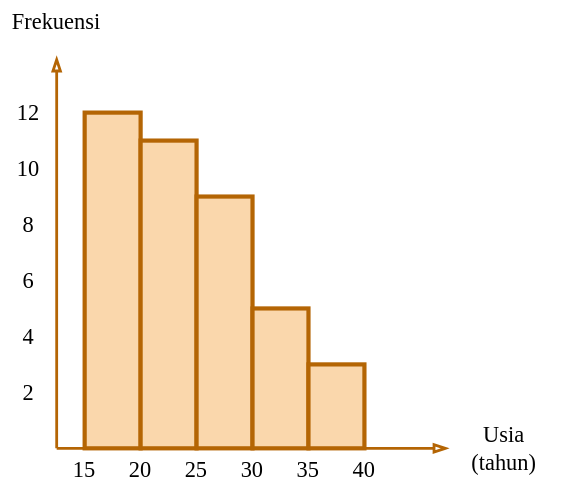
fauzan-radji/diagrams keeps this draw.io diagram as statistika.drawio.svg. Above is the earlier version. Source tidied: cells renumbered, new cells last; positions are measured from the earlier drawing's top-left corner, leaving out a move shared by most shapes.
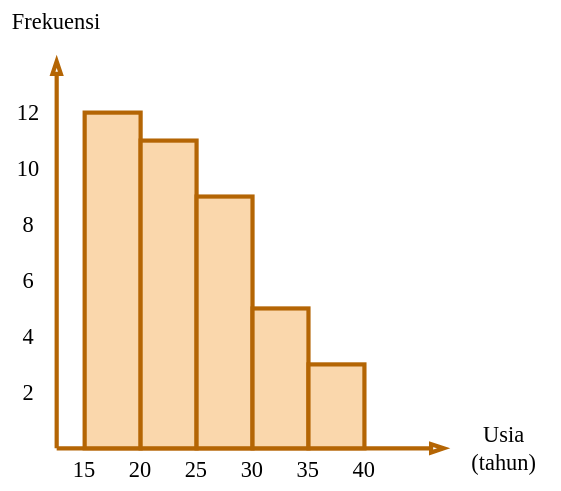
The same file after the commit.

Change to the diagram source:
```diff
@@ -2,13 +2,13 @@
   <root>
     <mxCell id="0" />
     <mxCell id="1" parent="0" />
-    <mxCell id="2" style="endArrow=blockThin;html=1;rounded=0;strokeColor=#b46504;fillColor=#fad7ac;strokeWidth=2;endFill=0;" parent="1" edge="1">
+    <mxCell id="2" style="endArrow=blockThin;html=1;rounded=0;strokeColor=#b46504;fillColor=#fad7ac;strokeWidth=3;endFill=0;" parent="1" edge="1">
       <mxGeometry relative="1" as="geometry">
         <mxPoint x="40" y="320" as="sourcePoint" />
         <mxPoint x="320" y="320" as="targetPoint" />
       </mxGeometry>
     </mxCell>
-    <mxCell id="3" style="endArrow=blockThin;html=1;rounded=0;fillColor=#fad7ac;strokeColor=#b46504;strokeWidth=2;endFill=0;" parent="1" edge="1">
+    <mxCell id="3" style="endArrow=blockThin;html=1;rounded=0;fillColor=#fad7ac;strokeColor=#b46504;strokeWidth=3;endFill=0;" parent="1" edge="1">
       <mxGeometry relative="1" as="geometry">
         <mxPoint x="40" y="320" as="sourcePoint" />
         <mxPoint x="40" y="40" as="targetPoint" />
```
